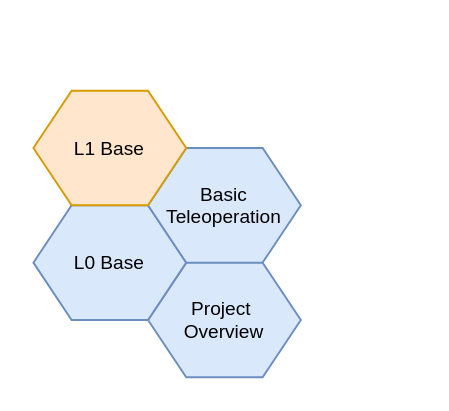
Before: docs/00-Overview/assets/book-tree.drawio in cord-burmeister/x3plus_docs, a draw.io diagram. Source tidied: cells renumbered, new cells numbered last; positions are measured from the earlier drawing's top-left corner, leaving out a move shared by most shapes. Both pictures are drawn from the tidied source at 191%, with x=0, y=0 at pixel (32, 90).
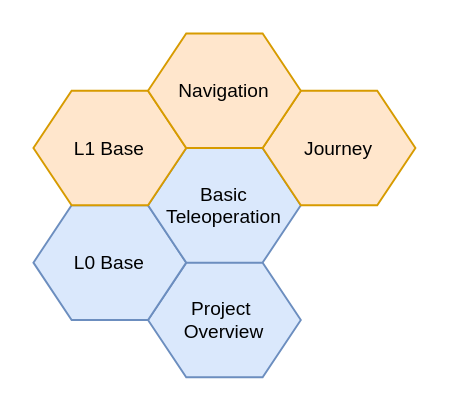
The same diagram, later.

Change to the diagram source:
```diff
@@
 <mxGraphModel>
   <root>
     <mxCell id="0" />
     <mxCell id="1" parent="0" />
     <mxCell id="2" value="Project&amp;nbsp;&lt;div&gt;Overview&lt;/div&gt;" style="shape=hexagon;perimeter=hexagonPerimeter2;whiteSpace=wrap;html=1;fixedSize=1;fontSize=10;fillColor=#dae8fc;strokeColor=#6c8ebf;" parent="1" vertex="1">
       <mxGeometry x="60" y="90" width="80" height="60" as="geometry" />
     </mxCell>
     <mxCell id="3" value="L0 Base" style="shape=hexagon;perimeter=hexagonPerimeter2;whiteSpace=wrap;html=1;fixedSize=1;fontSize=10;fillColor=#dae8fc;strokeColor=#6c8ebf;" parent="1" vertex="1">
       <mxGeometry y="60" width="80" height="60" as="geometry" />
     </mxCell>
     <mxCell id="4" value="Basic Teleoperation" style="shape=hexagon;perimeter=hexagonPerimeter2;whiteSpace=wrap;html=1;fixedSize=1;fontSize=10;fillColor=#dae8fc;strokeColor=#6c8ebf;" parent="1" vertex="1">
       <mxGeometry x="60" y="30" width="80" height="60" as="geometry" />
     </mxCell>
     <mxCell id="5" value="L1 Base" style="shape=hexagon;perimeter=hexagonPerimeter2;whiteSpace=wrap;html=1;fixedSize=1;fontSize=10;fillColor=#ffe6cc;strokeColor=#d79b00;" parent="1" vertex="1">
       <mxGeometry width="80" height="60" as="geometry" />
     </mxCell>
+    <mxCell id="6" value="Journey" style="shape=hexagon;perimeter=hexagonPerimeter2;whiteSpace=wrap;html=1;fixedSize=1;fontSize=10;fillColor=#ffe6cc;strokeColor=#d79b00;" parent="1" vertex="1">
+      <mxGeometry x="120" width="80" height="60" as="geometry" />
+    </mxCell>
+    <mxCell id="7" value="Navigation" style="shape=hexagon;perimeter=hexagonPerimeter2;whiteSpace=wrap;html=1;fixedSize=1;fontSize=10;fillColor=#ffe6cc;strokeColor=#d79b00;" parent="1" vertex="1">
+      <mxGeometry x="60" y="-30" width="80" height="60" as="geometry" />
+    </mxCell>
   </root>
 </mxGraphModel>
```
